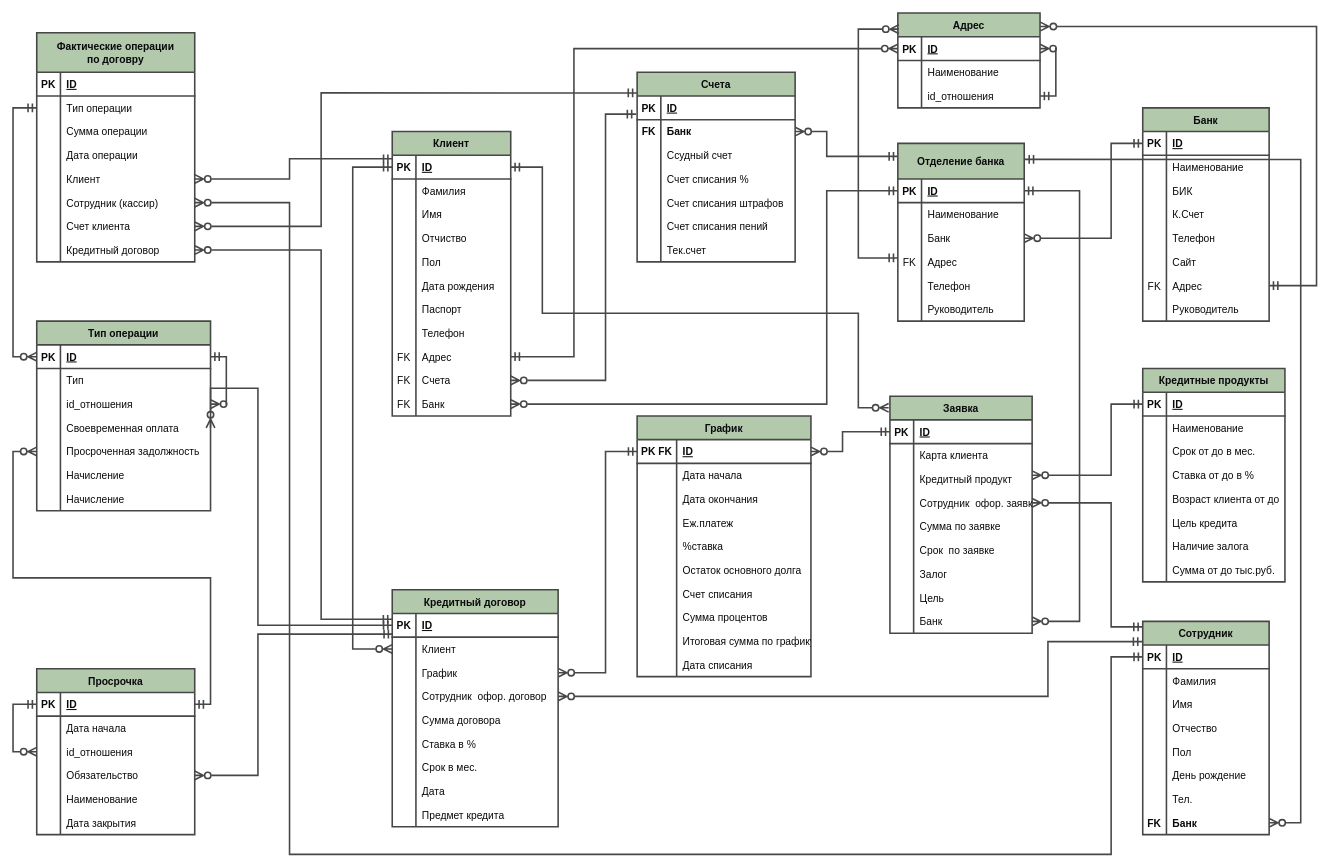
This is Кред Договора.drawio from RadmirSalikhov/otushomeworks, a draw.io file, before an edit. Source tidied: cells renumbered, new cells numbered last; positions are measured from the earlier drawing's top-left corner, leaving out a move shared by most shapes. Both pictures are drawn from the tidied source at 79%, with x=0, y=0 at pixel (13, 13).
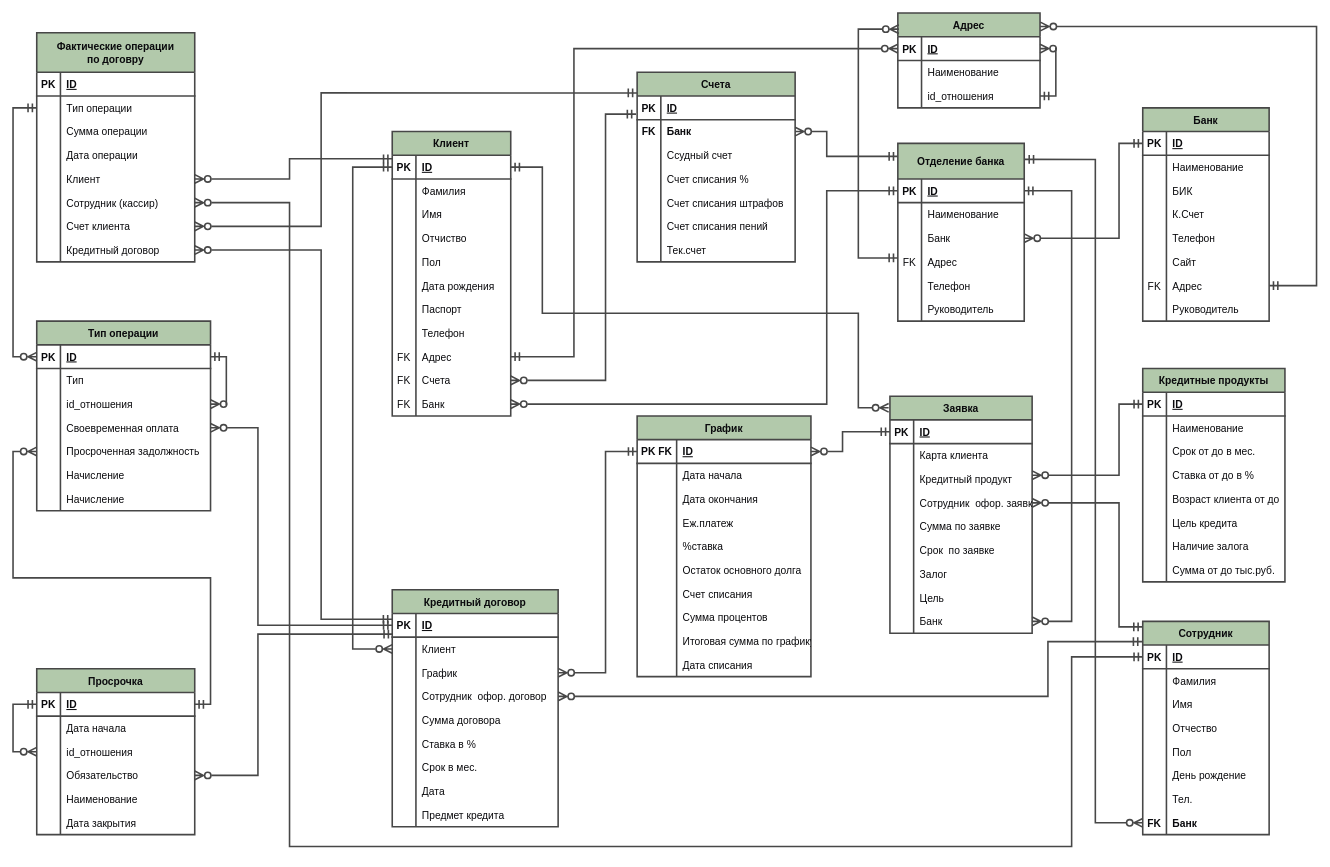
The same diagram, later.

The change refers to these unchanged cells:
```xml
<mxCell id="37" value="Сотрудник" style="shape=table;startSize=30;childLayout=tableLayout;rowLines=0;fontStyle=1;align=center;fontSize=13;fillColor=#B2C9AB;strokeColor=#474747;fontColor=#0A0A0D;strokeWidth=2;" parent="1" vertex="1">
  <mxGeometry x="1430" y="770" width="160" height="270" as="geometry" />
</mxCell>
<mxCell id="59" style="shape=tableRow;horizontal=0;startSize=0;swimlaneHead=0;swimlaneBody=0;fillColor=none;points=[[0,0.5],[1,0.5]];portConstraint=eastwest;top=0;left=0;right=0;bottom=0;fontSize=13;fontStyle=1;strokeColor=#474747;fontColor=#0A0A0D;strokeWidth=2;" parent="37" vertex="1">
  <mxGeometry y="240" width="160" height="30" as="geometry" />
</mxCell>
<mxCell id="86" value="Отделение банка" style="shape=table;startSize=45;childLayout=tableLayout;rowLines=0;fontStyle=1;align=center;fontSize=13;fillColor=#B2C9AB;strokeColor=#474747;fontColor=#0A0A0D;strokeWidth=2;" parent="1" vertex="1">
  <mxGeometry x="1120" y="165" width="160" height="225" as="geometry" />
</mxCell>
<mxCell id="87" style="shape=tableRow;horizontal=0;startSize=0;swimlaneHead=0;swimlaneBody=0;fillColor=none;points=[[0,0.5],[1,0.5]];portConstraint=eastwest;top=0;left=0;right=0;bottom=1;fontSize=13;strokeColor=#474747;fontColor=#0A0A0D;strokeWidth=2;" parent="86" vertex="1">
  <mxGeometry y="45" width="160" height="30" as="geometry" />
</mxCell>
<mxCell id="93" style="shape=tableRow;horizontal=0;startSize=0;swimlaneHead=0;swimlaneBody=0;fillColor=none;points=[[0,0.5],[1,0.5]];portConstraint=eastwest;top=0;left=0;right=0;bottom=0;fontSize=13;strokeColor=#474747;fontColor=#0A0A0D;strokeWidth=2;" parent="86" vertex="1">
  <mxGeometry y="105" width="160" height="30" as="geometry" />
</mxCell>
<mxCell id="106" style="shape=tableRow;horizontal=0;startSize=0;swimlaneHead=0;swimlaneBody=0;fillColor=none;points=[[0,0.5],[1,0.5]];portConstraint=eastwest;top=0;left=0;right=0;bottom=1;fontSize=13;strokeColor=#474747;fontColor=#0A0A0D;strokeWidth=2;" parent="105" vertex="1">
  <mxGeometry y="30" width="160" height="30" as="geometry" />
</mxCell>
<mxCell id="131" style="shape=tableRow;horizontal=0;startSize=0;swimlaneHead=0;swimlaneBody=0;fillColor=none;points=[[0,0.5],[1,0.5]];portConstraint=eastwest;top=0;left=0;right=0;bottom=1;fontSize=13;strokeColor=#474747;fontColor=#0A0A0D;strokeWidth=2;" parent="130" vertex="1">
  <mxGeometry y="30" width="180" height="30" as="geometry" />
</mxCell>
<mxCell id="173" style="shape=tableRow;horizontal=0;startSize=0;swimlaneHead=0;swimlaneBody=0;fillColor=none;points=[[0,0.5],[1,0.5]];portConstraint=eastwest;top=0;left=0;right=0;bottom=0;fontSize=13;strokeColor=#474747;fontColor=#0A0A0D;strokeWidth=2;" parent="166" vertex="1">
  <mxGeometry y="90" width="180" height="30" as="geometry" />
</mxCell>
<mxCell id="176" style="shape=tableRow;horizontal=0;startSize=0;swimlaneHead=0;swimlaneBody=0;fillColor=none;points=[[0,0.5],[1,0.5]];portConstraint=eastwest;top=0;left=0;right=0;bottom=0;fontSize=13;strokeColor=#474747;fontColor=#0A0A0D;strokeWidth=2;" parent="166" vertex="1">
  <mxGeometry y="120" width="180" height="30" as="geometry" />
</mxCell>
<mxCell id="191" style="shape=tableRow;horizontal=0;startSize=0;swimlaneHead=0;swimlaneBody=0;fillColor=none;points=[[0,0.5],[1,0.5]];portConstraint=eastwest;top=0;left=0;right=0;bottom=0;fontSize=13;strokeColor=#474747;fontColor=#0A0A0D;strokeWidth=2;" parent="166" vertex="1">
  <mxGeometry y="270" width="180" height="30" as="geometry" />
</mxCell>
<mxCell id="226" style="shape=tableRow;horizontal=0;startSize=0;swimlaneHead=0;swimlaneBody=0;fillColor=none;points=[[0,0.5],[1,0.5]];portConstraint=eastwest;top=0;left=0;right=0;bottom=1;fontSize=13;strokeColor=#474747;fontColor=#0A0A0D;strokeWidth=2;" parent="225" vertex="1">
  <mxGeometry y="30" width="210" height="30" as="geometry" />
</mxCell>
<mxCell id="280" style="shape=tableRow;horizontal=0;startSize=0;swimlaneHead=0;swimlaneBody=0;fillColor=none;points=[[0,0.5],[1,0.5]];portConstraint=eastwest;top=0;left=0;right=0;bottom=0;strokeColor=#474747;fontColor=#0A0A0D;strokeWidth=2;fontSize=13;" parent="264" vertex="1">
  <mxGeometry y="200" width="200" height="30" as="geometry" />
</mxCell>
<mxCell id="300" style="shape=tableRow;horizontal=0;startSize=0;swimlaneHead=0;swimlaneBody=0;fillColor=none;points=[[0,0.5],[1,0.5]];portConstraint=eastwest;top=0;left=0;right=0;bottom=0;strokeColor=#474747;fontColor=#0A0A0D;strokeWidth=2;fontSize=13;" parent="289" vertex="1">
  <mxGeometry y="120" width="220" height="30" as="geometry" />
</mxCell>
```

What changed in the source:
```diff
@@
     <mxCell id="36" style="edgeStyle=orthogonalEdgeStyle;rounded=0;jettySize=auto;html=1;entryX=1;entryY=0.5;entryDx=0;entryDy=0;startArrow=ERmandOne;startFill=0;endArrow=ERzeroToMany;endFill=0;exitX=-0.002;exitY=0.026;exitDx=0;exitDy=0;exitPerimeter=0;strokeColor=#474747;fontColor=#0A0A0D;strokeWidth=2;fontSize=13;jumpSize=6;endSize=8;startSize=8;" parent="1" edge="1" source="37" target="176">
       <mxGeometry relative="1" as="geometry">
         <Array as="points">
-          <mxPoint x="1390" y="777" />
-          <mxPoint x="1390" y="620" />
+          <mxPoint x="1400" y="777" />
+          <mxPoint x="1400" y="620" />
         </Array>
       </mxGeometry>
     </mxCell>
@@
-    <mxCell id="85" style="edgeStyle=orthogonalEdgeStyle;rounded=0;jettySize=auto;html=1;entryX=1;entryY=0.5;entryDx=0;entryDy=0;startArrow=ERmandOne;startFill=0;endArrow=ERzeroToMany;endFill=0;exitX=1.005;exitY=0.09;exitDx=0;exitDy=0;exitPerimeter=0;strokeColor=#474747;fontColor=#0A0A0D;strokeWidth=2;fontSize=13;jumpSize=6;endSize=8;startSize=8;" parent="1" edge="1" source="86" target="59">
+    <mxCell id="85" style="edgeStyle=orthogonalEdgeStyle;rounded=0;jettySize=auto;html=1;startArrow=ERmandOne;startFill=0;endArrow=ERzeroToMany;endFill=0;exitX=1.005;exitY=0.09;exitDx=0;exitDy=0;exitPerimeter=0;strokeColor=#474747;fontColor=#0A0A0D;strokeWidth=2;fontSize=13;jumpSize=6;endSize=8;startSize=8;" parent="1" edge="1" source="86">
       <mxGeometry relative="1" as="geometry">
+        <mxPoint x="1430" y="1025" as="targetPoint" />
         <Array as="points">
-          <mxPoint x="1630" y="185" />
-          <mxPoint x="1630" y="1025" />
+          <mxPoint x="1370" y="185" />
+          <mxPoint x="1370" y="1025" />
         </Array>
       </mxGeometry>
     </mxCell>
@@
     <mxCell id="258" style="edgeStyle=orthogonalEdgeStyle;rounded=0;jettySize=auto;html=1;entryX=1;entryY=0.5;entryDx=0;entryDy=0;fontSize=13;startArrow=ERmandOne;startFill=0;endArrow=ERzeroToMany;endFill=0;startSize=8;endSize=8;exitX=1;exitY=0.5;exitDx=0;exitDy=0;strokeColor=#474747;fontColor=#0A0A0D;strokeWidth=2;jumpSize=6;" parent="1" edge="1" source="87" target="191">
       <mxGeometry relative="1" as="geometry">
         <Array as="points">
-          <mxPoint x="1350" y="225" />
-          <mxPoint x="1350" y="770" />
+          <mxPoint x="1340" y="225" />
+          <mxPoint x="1340" y="770" />
         </Array>
       </mxGeometry>
     </mxCell>
@@
     <mxCell id="314" style="edgeStyle=orthogonalEdgeStyle;rounded=0;jumpSize=6;jettySize=auto;html=1;exitX=1;exitY=0.5;exitDx=0;exitDy=0;strokeColor=#474747;strokeWidth=2;fontSize=13;fontColor=#0A0A0D;startArrow=ERzeroToMany;startFill=0;endArrow=ERmandOne;endFill=0;fillColor=#B2C9AB;endSize=8;startSize=8;" parent="1" edge="1" source="280">
       <mxGeometry relative="1" as="geometry">
         <mxPoint x="1430" y="815" as="targetPoint" />
         <Array as="points">
           <mxPoint x="350" y="240" />
-          <mxPoint x="350" y="1065" />
-          <mxPoint x="1390" y="1065" />
-          <mxPoint x="1390" y="815" />
+          <mxPoint x="350" y="1055" />
+          <mxPoint x="1340" y="1055" />
+          <mxPoint x="1340" y="815" />
         </Array>
       </mxGeometry>
     </mxCell>
@@
     <mxCell id="316" style="edgeStyle=orthogonalEdgeStyle;rounded=0;jumpSize=6;jettySize=auto;html=1;exitX=1;exitY=0.5;exitDx=0;exitDy=0;entryX=0;entryY=0.5;entryDx=0;entryDy=0;strokeColor=#474747;strokeWidth=2;fontSize=13;fontColor=#0A0A0D;startArrow=ERzeroToMany;startFill=0;endArrow=ERmandOne;endFill=0;fillColor=#B2C9AB;endSize=8;startSize=8;" parent="1" edge="1" source="93" target="106">
       <mxGeometry relative="1" as="geometry">
         <Array as="points">
-          <mxPoint x="1390" y="285" />
-          <mxPoint x="1390" y="165" />
+          <mxPoint x="1400" y="285" />
+          <mxPoint x="1400" y="165" />
         </Array>
       </mxGeometry>
     </mxCell>
     <mxCell id="317" style="edgeStyle=orthogonalEdgeStyle;rounded=0;jumpSize=6;jettySize=auto;html=1;entryX=0;entryY=0.5;entryDx=0;entryDy=0;strokeColor=#474747;strokeWidth=2;fontSize=13;fontColor=#0A0A0D;startArrow=ERzeroToMany;startFill=0;endArrow=ERmandOne;endFill=0;fillColor=#B2C9AB;endSize=8;startSize=8;" parent="1" edge="1" source="173" target="131">
       <mxGeometry relative="1" as="geometry">
         <Array as="points">
-          <mxPoint x="1390" y="585" />
-          <mxPoint x="1390" y="495" />
+          <mxPoint x="1400" y="585" />
+          <mxPoint x="1400" y="495" />
         </Array>
       </mxGeometry>
     </mxCell>
@@
     <mxCell id="319" style="edgeStyle=orthogonalEdgeStyle;rounded=0;jumpSize=6;jettySize=auto;html=1;exitX=1;exitY=0.5;exitDx=0;exitDy=0;entryX=0;entryY=0.5;entryDx=0;entryDy=0;strokeColor=#474747;strokeWidth=2;fontSize=13;fontColor=#0A0A0D;startArrow=ERzeroToMany;startFill=0;endArrow=ERmandOne;endFill=0;startSize=8;endSize=8;fillColor=#B2C9AB;" parent="1" edge="1" source="300" target="226">
       <mxGeometry relative="1" as="geometry">
         <Array as="points">
-          <mxPoint x="250" y="475" />
-          <mxPoint x="310" y="475" />
+          <mxPoint x="310" y="525" />
           <mxPoint x="310" y="775" />
         </Array>
       </mxGeometry>
     </mxCell>
```
